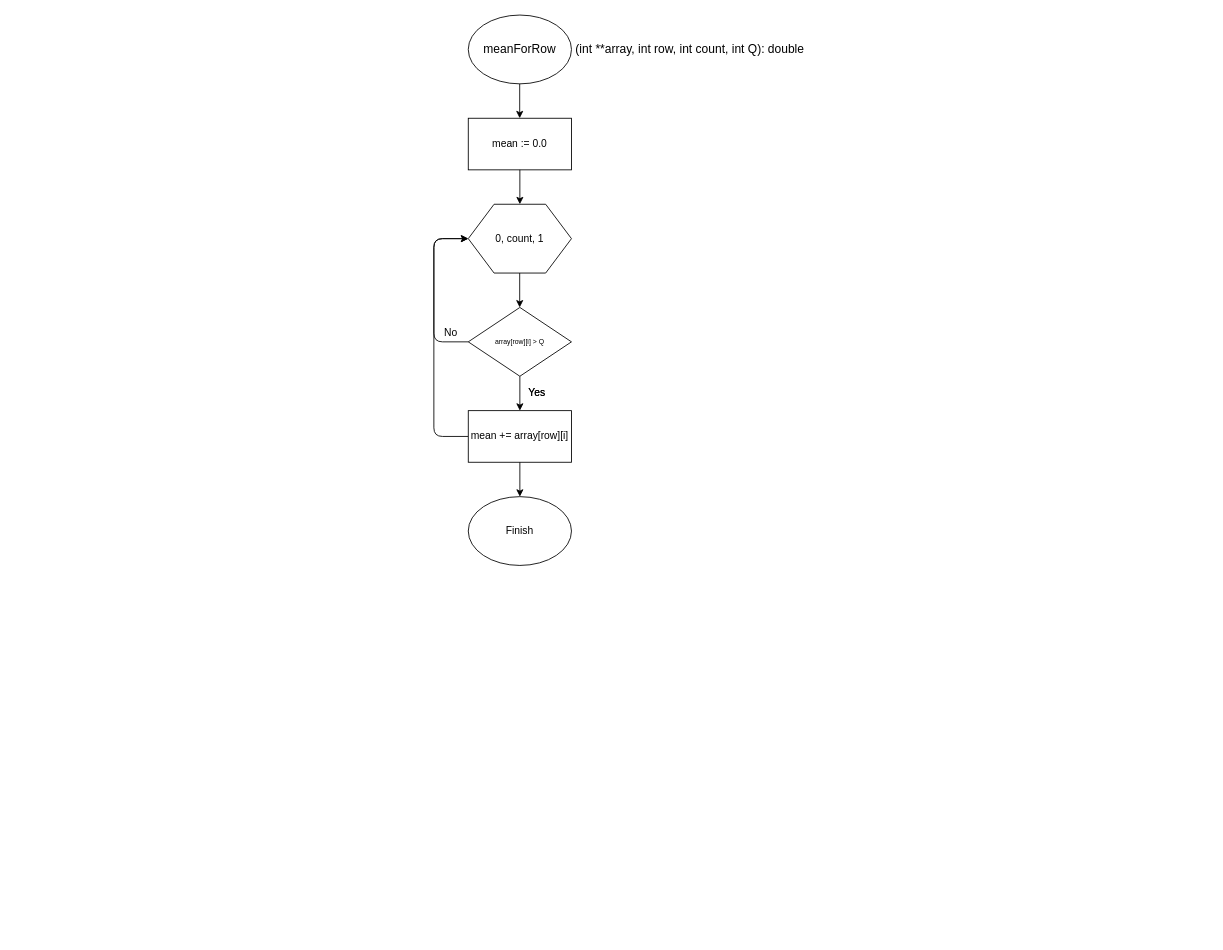
nortimg/diagrams keeps this draw.io diagram as ОАиП 10.2.drawio. Above is the earlier version. Source tidied: cells renumbered, new cells numbered last; positions are measured from the earlier drawing's top-left corner, leaving out a move shared by most shapes. Both pictures are drawn from the tidied source at 86%, with x=0, y=0 at pixel (433, 15).
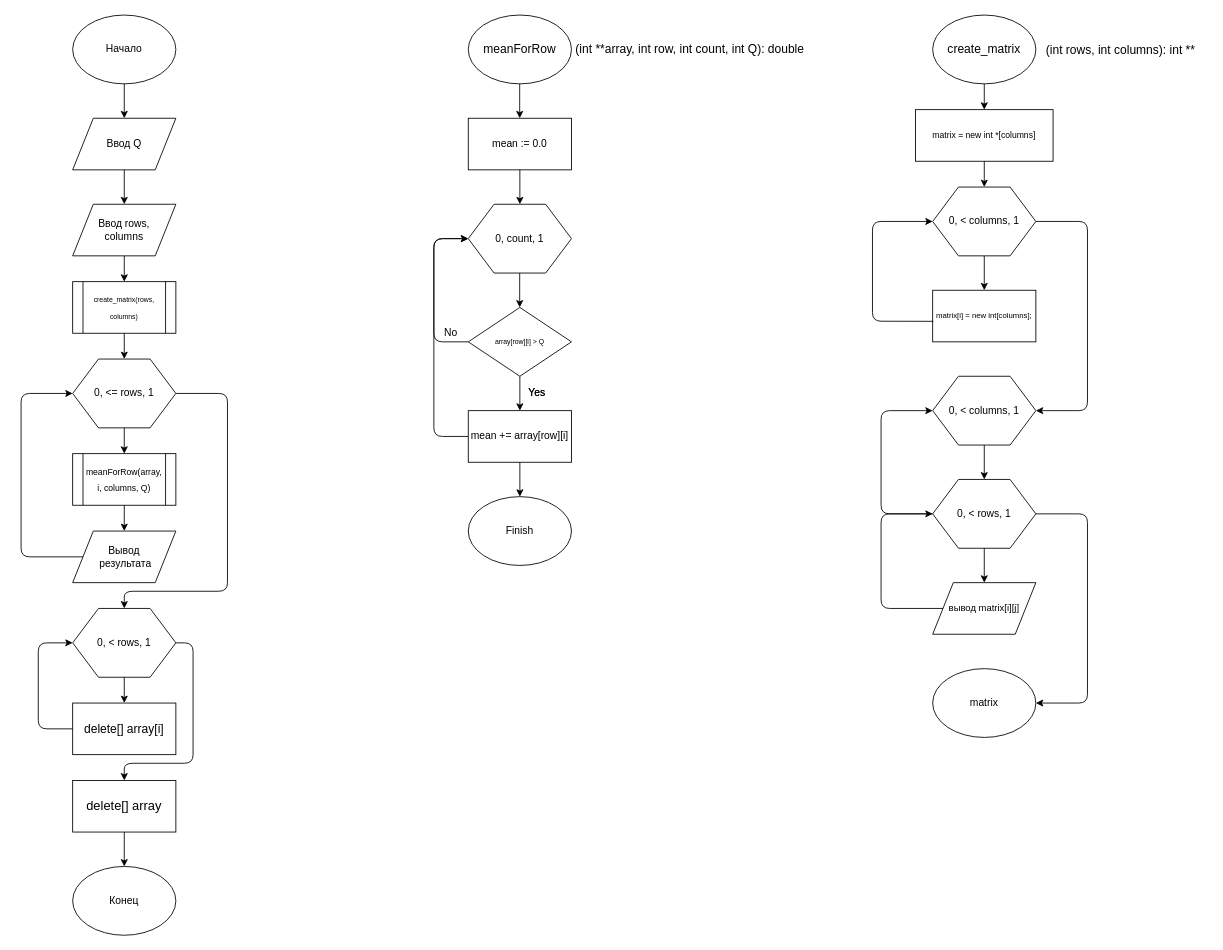
Above is the later version.

What changed in the source:
```diff
@@
+    <mxCell id="19" value="&lt;div style=&quot;font-size: 14px ; line-height: 19px&quot;&gt;&lt;span style=&quot;background-color: rgb(255 , 255 , 255)&quot;&gt;create_matrix&lt;/span&gt;&lt;/div&gt;" style="ellipse;whiteSpace=wrap;html=1;" parent="1" vertex="1">
+      <mxGeometry x="580" width="120" height="80" as="geometry" />
+    </mxCell>
+    <mxCell id="20" value="&lt;div style=&quot;font-weight: normal ; font-size: 14px ; line-height: 19px&quot;&gt;&lt;div&gt;&lt;span style=&quot;background-color: rgb(255 , 255 , 255)&quot;&gt;(int rows, int columns):&amp;nbsp;int **&lt;/span&gt;&lt;/div&gt;&lt;/div&gt;" style="text;whiteSpace=wrap;html=1;" parent="1" vertex="1">
+      <mxGeometry x="710" y="25" width="190" height="30" as="geometry" />
+    </mxCell>
+    <mxCell id="21" value="&lt;div style=&quot;line-height: 19px ; font-size: 10px&quot;&gt;&lt;span style=&quot;background-color: rgb(255 , 255 , 255)&quot;&gt;matrix = new int *[columns]&lt;/span&gt;&lt;/div&gt;" style="rounded=0;whiteSpace=wrap;html=1;" parent="1" vertex="1">
+      <mxGeometry x="560" y="110" width="160" height="60" as="geometry" />
+    </mxCell>
+    <mxCell id="22" value="0, &amp;lt; columns, 1" style="shape=hexagon;perimeter=hexagonPerimeter2;whiteSpace=wrap;html=1;" parent="1" vertex="1">
+      <mxGeometry x="580" y="200" width="120" height="80" as="geometry" />
+    </mxCell>
+    <mxCell id="23" value="&lt;div style=&quot;line-height: 19px ; font-size: 9px&quot;&gt;&lt;span style=&quot;background-color: rgb(255 , 255 , 255)&quot;&gt;matrix[i] = new int[columns];&lt;/span&gt;&lt;/div&gt;" style="rounded=0;whiteSpace=wrap;html=1;" parent="1" vertex="1">
+      <mxGeometry x="580" y="320" width="120" height="60" as="geometry" />
+    </mxCell>
+    <mxCell id="24" style="endArrow=classic;html=1;entryX=0.5;entryY=0;entryDx=0;entryDy=0;exitX=0.5;exitY=1;exitDx=0;exitDy=0;" parent="1" edge="1" source="19" target="21">
+      <mxGeometry relative="1" as="geometry" />
+    </mxCell>
+    <mxCell id="25" style="endArrow=classic;html=1;exitX=0.5;exitY=1;exitDx=0;exitDy=0;entryX=0.5;entryY=0;entryDx=0;entryDy=0;" parent="1" edge="1" source="21" target="22">
+      <mxGeometry relative="1" as="geometry" />
+    </mxCell>
+    <mxCell id="26" style="endArrow=classic;html=1;exitX=0.006;exitY=0.602;exitDx=0;exitDy=0;exitPerimeter=0;entryX=0;entryY=0.5;entryDx=0;entryDy=0;" parent="1" edge="1" source="23" target="22">
+      <mxGeometry relative="1" as="geometry">
+        <Array as="points">
+          <mxPoint x="510" y="356" />
+          <mxPoint x="510" y="240" />
+        </Array>
+      </mxGeometry>
+    </mxCell>
+    <mxCell id="27" style="endArrow=classic;html=1;exitX=0.5;exitY=1;exitDx=0;exitDy=0;entryX=0.5;entryY=0;entryDx=0;entryDy=0;" parent="1" edge="1" source="22" target="23">
+      <mxGeometry relative="1" as="geometry" />
+    </mxCell>
+    <mxCell id="28" value="&lt;span&gt;0, &amp;lt; columns, 1&lt;/span&gt;" style="shape=hexagon;perimeter=hexagonPerimeter2;whiteSpace=wrap;html=1;" parent="1" vertex="1">
+      <mxGeometry x="580" y="420" width="120" height="80" as="geometry" />
+    </mxCell>
+    <mxCell id="29" style="endArrow=classic;html=1;exitX=1;exitY=0.5;exitDx=0;exitDy=0;entryX=1;entryY=0.5;entryDx=0;entryDy=0;" parent="1" edge="1" source="22" target="28">
+      <mxGeometry relative="1" as="geometry">
+        <Array as="points">
+          <mxPoint x="760" y="240" />
+          <mxPoint x="760" y="460" />
+        </Array>
+      </mxGeometry>
+    </mxCell>
+    <mxCell id="30" value="&lt;div style=&quot;line-height: 19px ; font-size: 11px&quot;&gt;&lt;span style=&quot;background-color: rgb(255 , 255 , 255)&quot;&gt;вывод matrix[i][j]&lt;/span&gt;&lt;/div&gt;" style="shape=parallelogram;perimeter=parallelogramPerimeter;whiteSpace=wrap;html=1;" parent="1" vertex="1">
+      <mxGeometry x="580" y="660" width="120" height="60" as="geometry" />
+    </mxCell>
+    <mxCell id="31" value="&lt;span&gt;0, &amp;lt; rows, 1&lt;/span&gt;" style="shape=hexagon;perimeter=hexagonPerimeter2;whiteSpace=wrap;html=1;" parent="1" vertex="1">
+      <mxGeometry x="580" y="540" width="120" height="80" as="geometry" />
+    </mxCell>
+    <mxCell id="32" style="endArrow=classic;html=1;exitX=0.5;exitY=1;exitDx=0;exitDy=0;entryX=0.5;entryY=0;entryDx=0;entryDy=0;" parent="1" edge="1" source="28" target="31">
+      <mxGeometry relative="1" as="geometry" />
+    </mxCell>
+    <mxCell id="33" style="endArrow=classic;html=1;exitX=0.5;exitY=1;exitDx=0;exitDy=0;" parent="1" edge="1" source="31" target="30">
+      <mxGeometry relative="1" as="geometry" />
+    </mxCell>
+    <mxCell id="34" style="endArrow=classic;html=1;exitX=0;exitY=0.5;exitDx=0;exitDy=0;entryX=0;entryY=0.5;entryDx=0;entryDy=0;" parent="1" edge="1" source="30" target="31">
+      <mxGeometry relative="1" as="geometry">
+        <Array as="points">
+          <mxPoint x="520" y="690" />
+          <mxPoint x="520" y="580" />
+        </Array>
+      </mxGeometry>
+    </mxCell>
+    <mxCell id="35" style="endArrow=classic;html=1;entryX=0;entryY=0.5;entryDx=0;entryDy=0;" parent="1" edge="1" target="28">
+      <mxGeometry relative="1" as="geometry">
+        <mxPoint x="580" y="580" as="sourcePoint" />
+        <Array as="points">
+          <mxPoint x="520" y="580" />
+          <mxPoint x="520" y="460" />
+        </Array>
+      </mxGeometry>
+    </mxCell>
+    <mxCell id="36" style="endArrow=classic;html=1;exitX=1;exitY=0.5;exitDx=0;exitDy=0;entryX=1;entryY=0.5;entryDx=0;entryDy=0;" parent="1" edge="1" source="31" target="37">
+      <mxGeometry relative="1" as="geometry">
+        <Array as="points">
+          <mxPoint x="760" y="580" />
+          <mxPoint x="760" y="800" />
+        </Array>
+      </mxGeometry>
+    </mxCell>
+    <mxCell id="37" value="matrix" style="ellipse;whiteSpace=wrap;html=1;" parent="1" vertex="1">
+      <mxGeometry x="580" y="760" width="120" height="80" as="geometry" />
+    </mxCell>
+    <mxCell id="38" value="Начало" style="ellipse;whiteSpace=wrap;html=1;" parent="1" vertex="1">
+      <mxGeometry x="-420" width="120" height="80" as="geometry" />
+    </mxCell>
+    <mxCell id="39" value="Ввод Q" style="shape=parallelogram;perimeter=parallelogramPerimeter;whiteSpace=wrap;html=1;" parent="1" vertex="1">
+      <mxGeometry x="-420" y="120" width="120" height="60" as="geometry" />
+    </mxCell>
+    <mxCell id="40" style="endArrow=classic;html=1;exitX=0.5;exitY=1;exitDx=0;exitDy=0;" parent="1" edge="1" source="38" target="39">
+      <mxGeometry relative="1" as="geometry" />
+    </mxCell>
+    <mxCell id="41" style="endArrow=classic;html=1;exitX=0.5;exitY=1;exitDx=0;exitDy=0;" parent="1" edge="1" source="39" target="42">
+      <mxGeometry relative="1" as="geometry" />
+    </mxCell>
+    <mxCell id="42" value="Ввод rows, &lt;br&gt;columns" style="shape=parallelogram;perimeter=parallelogramPerimeter;whiteSpace=wrap;html=1;" parent="1" vertex="1">
+      <mxGeometry x="-420" y="220" width="120" height="60" as="geometry" />
+    </mxCell>
+    <mxCell id="43" style="endArrow=classic;html=1;exitX=0.5;exitY=1;exitDx=0;exitDy=0;entryX=0.5;entryY=0;entryDx=0;entryDy=0;" parent="1" edge="1" source="42">
+      <mxGeometry relative="1" as="geometry">
+        <mxPoint x="-360" y="310" as="targetPoint" />
+      </mxGeometry>
+    </mxCell>
+    <mxCell id="44" value="&lt;div style=&quot;line-height: 19px&quot;&gt;&lt;span style=&quot;background-color: rgb(255 , 255 , 255)&quot;&gt;&lt;font style=&quot;font-size: 8px&quot;&gt;create_matrix(rows, columns)&lt;/font&gt;&lt;/span&gt;&lt;/div&gt;" style="shape=process;whiteSpace=wrap;html=1;backgroundOutline=1;" parent="1" vertex="1">
+      <mxGeometry x="-420" y="310" width="120" height="60" as="geometry" />
+    </mxCell>
+    <mxCell id="45" style="endArrow=classic;html=1;exitX=0.5;exitY=1;exitDx=0;exitDy=0;" parent="1" edge="1" source="44">
+      <mxGeometry relative="1" as="geometry">
+        <mxPoint x="-360" y="400" as="targetPoint" />
+      </mxGeometry>
+    </mxCell>
+    <mxCell id="46" value="0, &amp;lt;= rows, 1" style="shape=hexagon;perimeter=hexagonPerimeter2;whiteSpace=wrap;html=1;" parent="1" vertex="1">
+      <mxGeometry x="-420" y="400" width="120" height="80" as="geometry" />
+    </mxCell>
+    <mxCell id="47" style="endArrow=classic;html=1;exitX=0.5;exitY=1;exitDx=0;exitDy=0;" parent="1" edge="1" source="46">
+      <mxGeometry relative="1" as="geometry">
+        <mxPoint x="-360" y="510" as="targetPoint" />
+      </mxGeometry>
+    </mxCell>
+    <mxCell id="48" value="&lt;div style=&quot;line-height: 19px ; font-size: 10px&quot;&gt;&lt;span style=&quot;background-color: rgb(255 , 255 , 255)&quot;&gt;meanForRow(array, i, columns, Q)&lt;/span&gt;&lt;/div&gt;" style="shape=process;whiteSpace=wrap;html=1;backgroundOutline=1;" parent="1" vertex="1">
+      <mxGeometry x="-420" y="510" width="120" height="60" as="geometry" />
+    </mxCell>
+    <mxCell id="49" style="endArrow=classic;html=1;exitX=0.5;exitY=1;exitDx=0;exitDy=0;" parent="1" edge="1" source="48">
+      <mxGeometry relative="1" as="geometry">
+        <mxPoint x="-360" y="600" as="targetPoint" />
+      </mxGeometry>
+    </mxCell>
+    <mxCell id="50" value="Вывод&lt;br&gt;&amp;nbsp;результата" style="shape=parallelogram;perimeter=parallelogramPerimeter;whiteSpace=wrap;html=1;" parent="1" vertex="1">
+      <mxGeometry x="-420" y="600" width="120" height="60" as="geometry" />
+    </mxCell>
+    <mxCell id="51" style="endArrow=classic;html=1;exitX=0;exitY=0.5;exitDx=0;exitDy=0;entryX=0;entryY=0.5;entryDx=0;entryDy=0;" parent="1" edge="1" source="50" target="46">
+      <mxGeometry relative="1" as="geometry">
+        <Array as="points">
+          <mxPoint x="-480" y="630" />
+          <mxPoint x="-480" y="440" />
+        </Array>
+      </mxGeometry>
+    </mxCell>
+    <mxCell id="52" style="endArrow=classic;html=1;exitX=1;exitY=0.5;exitDx=0;exitDy=0;entryX=0.5;entryY=0;entryDx=0;entryDy=0;" parent="1" edge="1" source="46" target="53">
+      <mxGeometry relative="1" as="geometry">
+        <Array as="points">
+          <mxPoint x="-240" y="440" />
+          <mxPoint x="-240" y="670" />
+          <mxPoint x="-360" y="670" />
+        </Array>
+      </mxGeometry>
+    </mxCell>
+    <mxCell id="53" value="0, &amp;lt; rows, 1" style="shape=hexagon;perimeter=hexagonPerimeter2;whiteSpace=wrap;html=1;" parent="1" vertex="1">
+      <mxGeometry x="-420" y="690" width="120" height="80" as="geometry" />
+    </mxCell>
+    <mxCell id="54" style="endArrow=classic;html=1;exitX=0.5;exitY=1;exitDx=0;exitDy=0;" parent="1" edge="1" source="53">
+      <mxGeometry relative="1" as="geometry">
+        <mxPoint x="-360" y="800" as="targetPoint" />
+      </mxGeometry>
+    </mxCell>
+    <mxCell id="55" value="&lt;div style=&quot;font-size: 14px ; line-height: 19px&quot;&gt;&lt;span style=&quot;background-color: rgb(255 , 255 , 255)&quot;&gt;delete[] array[i]&lt;/span&gt;&lt;/div&gt;" style="rounded=0;whiteSpace=wrap;html=1;" parent="1" vertex="1">
+      <mxGeometry x="-420" y="800" width="120" height="60" as="geometry" />
+    </mxCell>
+    <mxCell id="56" style="endArrow=classic;html=1;exitX=0;exitY=0.5;exitDx=0;exitDy=0;entryX=0;entryY=0.5;entryDx=0;entryDy=0;" parent="1" edge="1" source="55" target="53">
+      <mxGeometry relative="1" as="geometry">
+        <Array as="points">
+          <mxPoint x="-460" y="830" />
+          <mxPoint x="-460" y="730" />
+        </Array>
+      </mxGeometry>
+    </mxCell>
+    <mxCell id="57" style="endArrow=classic;html=1;exitX=1;exitY=0.5;exitDx=0;exitDy=0;entryX=0.5;entryY=0;entryDx=0;entryDy=0;" parent="1" edge="1" source="53" target="58">
+      <mxGeometry relative="1" as="geometry">
+        <Array as="points">
+          <mxPoint x="-280" y="730" />
+          <mxPoint x="-280" y="870" />
+          <mxPoint x="-360" y="870" />
+        </Array>
+      </mxGeometry>
+    </mxCell>
+    <mxCell id="58" value="&lt;div style=&quot;line-height: 19px&quot;&gt;&lt;span style=&quot;background-color: rgb(255 , 255 , 255)&quot;&gt;&lt;font style=&quot;font-size: 15px&quot;&gt;delete[] array&lt;/font&gt;&lt;/span&gt;&lt;/div&gt;" style="rounded=0;whiteSpace=wrap;html=1;" parent="1" vertex="1">
+      <mxGeometry x="-420" y="890" width="120" height="60" as="geometry" />
+    </mxCell>
+    <mxCell id="59" value="Конец" style="ellipse;whiteSpace=wrap;html=1;" parent="1" vertex="1">
+      <mxGeometry x="-420" y="990" width="120" height="80" as="geometry" />
+    </mxCell>
+    <mxCell id="60" style="endArrow=classic;html=1;exitX=0.5;exitY=1;exitDx=0;exitDy=0;entryX=0.5;entryY=0;entryDx=0;entryDy=0;" parent="1" edge="1" source="58" target="59">
+      <mxGeometry relative="1" as="geometry" />
+    </mxCell>
```
